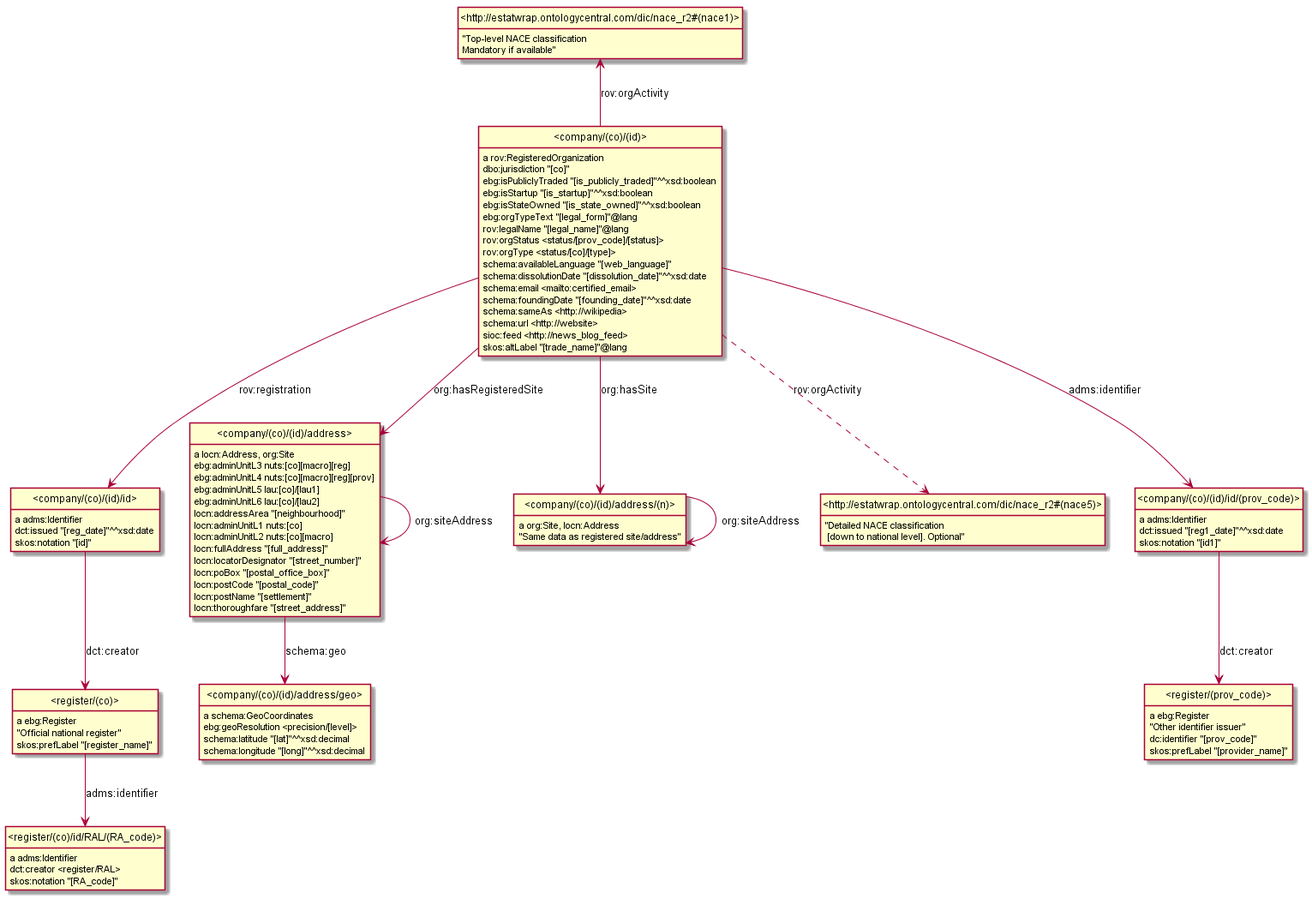
Before: model/company.png, a diagram exported from PlantUML (euBusinessGraph/eubg-data).
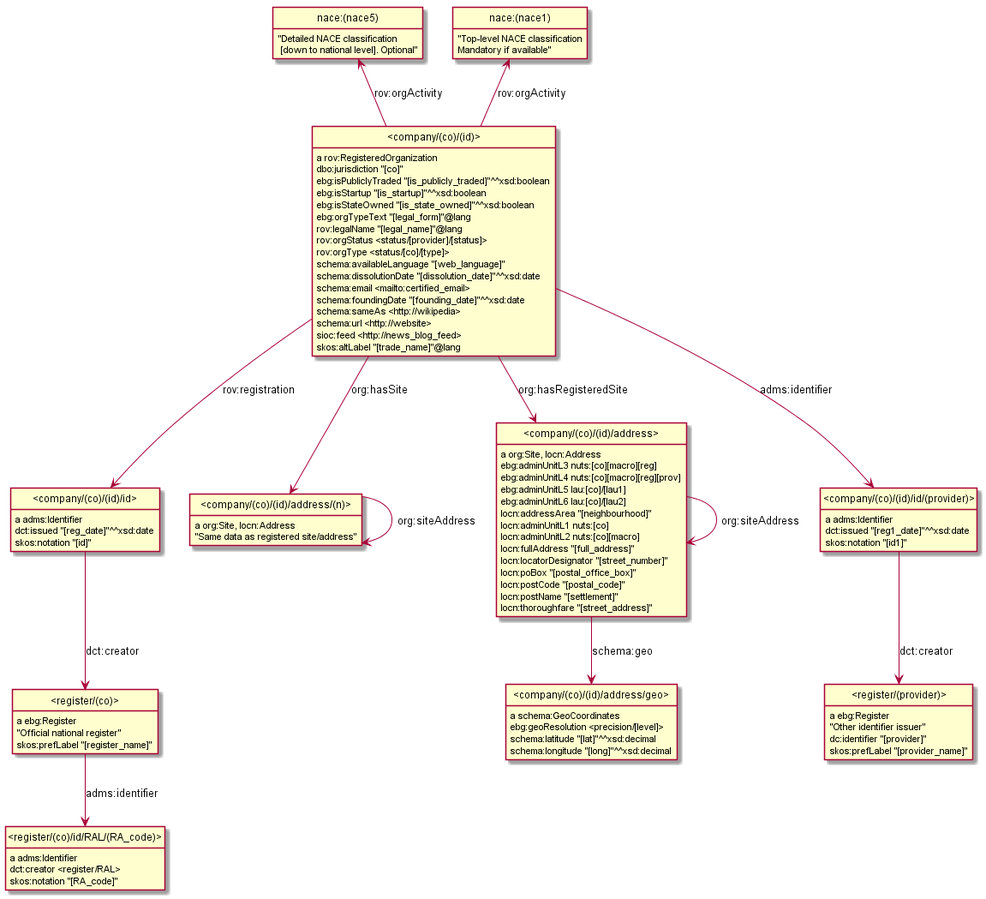
The same file after the commit.

Commit message:
Change NACE to our own namespace. First cut of ebg-ontology.ttl

Change to the diagram source:
```diff
@@ -9,19 +9,49 @@
 _company_co_id_id_ --> _register_co_ : dct:creator
 _company_co_id_id_ : dct:issued "[reg_date]"^^xsd:date
 _company_co_id_id_ : skos:notation "[id]"
-class _register_prov_code_ as "<register/(prov_code)>"
-_register_prov_code_ : a ebg:Register
-_register_prov_code_ :  "Other identifier issuer"
-_register_prov_code_ : dc:identifier "[prov_code]"
-_register_prov_code_ : skos:prefLabel "[provider_name]"
+class _company_co_id_ as "<company/(co)/(id)>"
+_company_co_id_ : a rov:RegisteredOrganization
+class nace_nace1_ as "nace:(nace1)"
+_company_co_id_ -up-> nace_nace1_ : rov:orgActivity
+class _company_co_id_address_n_ as "<company/(co)/(id)/address/(n)>"
+_company_co_id_ --> _company_co_id_address_n_ : org:hasSite
+class _company_co_id_address_ as "<company/(co)/(id)/address>"
+_company_co_id_ --> _company_co_id_address_ : org:hasRegisteredSite
+class nace_nace5_ as "nace:(nace5)"
+_company_co_id_ -up-> nace_nace5_ : rov:orgActivity
+_company_co_id_ --> _company_co_id_id_ : rov:registration
+class _company_co_id_id_provider_ as "<company/(co)/(id)/id/(provider)>"
+_company_co_id_ --> _company_co_id_id_provider_ : adms:identifier
+_company_co_id_ : dbo:jurisdiction "[co]"
+_company_co_id_ : ebg:isPubliclyTraded "[is_publicly_traded]"^^xsd:boolean
+_company_co_id_ : ebg:isStartup "[is_startup]"^^xsd:boolean
+_company_co_id_ : ebg:isStateOwned "[is_state_owned]"^^xsd:boolean
+_company_co_id_ : ebg:orgTypeText "[legal_form]"@lang
+_company_co_id_ : rov:legalName "[legal_name]"@lang
+_company_co_id_ : rov:orgStatus <status/[provider]/[status]>
+_company_co_id_ : rov:orgType <status/[co]/[type]>
+_company_co_id_ : schema:availableLanguage "[web_language]"
+_company_co_id_ : schema:dissolutionDate "[dissolution_date]"^^xsd:date
+_company_co_id_ : schema:email <mailto:certified_email>
+_company_co_id_ : schema:foundingDate "[founding_date]"^^xsd:date
+_company_co_id_ : schema:sameAs <http://wikipedia>
+_company_co_id_ : schema:url <http://website>
+_company_co_id_ : sioc:feed <http://news_blog_feed>
+_company_co_id_ : skos:altLabel "[trade_name]"@lang
+class _company_co_id_address_geo_ as "<company/(co)/(id)/address/geo>"
+_company_co_id_address_geo_ : a schema:GeoCoordinates
+_company_co_id_address_geo_ : ebg:geoResolution <precision/[level]>
+_company_co_id_address_geo_ : schema:latitude "[lat]"^^xsd:decimal
+_company_co_id_address_geo_ : schema:longitude "[long]"^^xsd:decimal
+_company_co_id_address_n_ : a org:Site, locn:Address
+_company_co_id_address_n_ --> _company_co_id_address_n_ : org:siteAddress
+_company_co_id_address_n_ :  "Same data as registered site/address"
 _register_co_ : a ebg:Register
 class _register_co_id_RAL_RA_code_ as "<register/(co)/id/RAL/(RA_code)>"
 _register_co_ --> _register_co_id_RAL_RA_code_ : adms:identifier
 _register_co_ :  "Official national register"
 _register_co_ : skos:prefLabel "[register_name]"
-class _company_co_id_address_ as "<company/(co)/(id)/address>"
-_company_co_id_address_ : a locn:Address, org:Site
-class _company_co_id_address_geo_ as "<company/(co)/(id)/address/geo>"
+_company_co_id_address_ : a org:Site, locn:Address
 _company_co_id_address_ --> _company_co_id_address_geo_ : schema:geo
 _company_co_id_address_ --> _company_co_id_address_ : org:siteAddress
 _company_co_id_address_ : ebg:adminUnitL3 nuts:[co][macro][reg]
@@ -37,48 +67,18 @@
 _company_co_id_address_ : locn:postCode "[postal_code]"
 _company_co_id_address_ : locn:postName "[settlement]"
 _company_co_id_address_ : locn:thoroughfare "[street_address]"
-class _company_co_id_ as "<company/(co)/(id)>"
-_company_co_id_ : a rov:RegisteredOrganization
-_company_co_id_ --> _company_co_id_id_ : rov:registration
-class _company_co_id_address_n_ as "<company/(co)/(id)/address/(n)>"
-_company_co_id_ --> _company_co_id_address_n_ : org:hasSite
-_company_co_id_ --> _company_co_id_address_ : org:hasRegisteredSite
-class _http_estatwrap_ontologycentral_com_dic_nace_r2_nace1_ as "<http://estatwrap.ontologycentral.com/dic/nace_r2#(nace1)>"
-_company_co_id_ -up-> _http_estatwrap_ontologycentral_com_dic_nace_r2_nace1_ : rov:orgActivity
-class _http_estatwrap_ontologycentral_com_dic_nace_r2_nace5_ as "<http://estatwrap.ontologycentral.com/dic/nace_r2#(nace5)>"
-_company_co_id_ ..> _http_estatwrap_ontologycentral_com_dic_nace_r2_nace5_ : rov:orgActivity
-class _company_co_id_id_prov_code_ as "<company/(co)/(id)/id/(prov_code)>"
-_company_co_id_ --> _company_co_id_id_prov_code_ : adms:identifier
-_company_co_id_ : dbo:jurisdiction "[co]"
-_company_co_id_ : ebg:isPubliclyTraded "[is_publicly_traded]"^^xsd:boolean
-_company_co_id_ : ebg:isStartup "[is_startup]"^^xsd:boolean
-_company_co_id_ : ebg:isStateOwned "[is_state_owned]"^^xsd:boolean
-_company_co_id_ : ebg:orgTypeText "[legal_form]"@lang
-_company_co_id_ : rov:legalName "[legal_name]"@lang
-_company_co_id_ : rov:orgStatus <status/[prov_code]/[status]>
-_company_co_id_ : rov:orgType <status/[co]/[type]>
-_company_co_id_ : schema:availableLanguage "[web_language]"
-_company_co_id_ : schema:dissolutionDate "[dissolution_date]"^^xsd:date
-_company_co_id_ : schema:email <mailto:certified_email>
-_company_co_id_ : schema:foundingDate "[founding_date]"^^xsd:date
-_company_co_id_ : schema:sameAs <http://wikipedia>
-_company_co_id_ : schema:url <http://website>
-_company_co_id_ : sioc:feed <http://news_blog_feed>
-_company_co_id_ : skos:altLabel "[trade_name]"@lang
-_company_co_id_address_n_ : a org:Site, locn:Address
-_company_co_id_address_n_ --> _company_co_id_address_n_ : org:siteAddress
-_company_co_id_address_n_ :  "Same data as registered site/address"
-_http_estatwrap_ontologycentral_com_dic_nace_r2_nace1_ :  "Top-level NACE classification\nMandatory if available"
-_http_estatwrap_ontologycentral_com_dic_nace_r2_nace5_ :  "Detailed NACE classification\n [down to national level]. Optional"
+class _register_provider_ as "<register/(provider)>"
+_register_provider_ : a ebg:Register
+_register_provider_ :  "Other identifier issuer"
+_register_provider_ : dc:identifier "[provider]"
+_register_provider_ : skos:prefLabel "[provider_name]"
+nace_nace1_ :  "Top-level NACE classification\nMandatory if available"
+nace_nace5_ :  "Detailed NACE classification\n [down to national level]. Optional"
 _register_co_id_RAL_RA_code_ : a adms:Identifier
 _register_co_id_RAL_RA_code_ : dct:creator <register/RAL>
 _register_co_id_RAL_RA_code_ : skos:notation "[RA_code]"
-_company_co_id_id_prov_code_ : a adms:Identifier
-_company_co_id_id_prov_code_ --> _register_prov_code_ : dct:creator
-_company_co_id_id_prov_code_ : dct:issued "[reg1_date]"^^xsd:date
-_company_co_id_id_prov_code_ : skos:notation "[id1]"
-_company_co_id_address_geo_ : a schema:GeoCoordinates
-_company_co_id_address_geo_ : ebg:geoResolution <precision/[level]>
-_company_co_id_address_geo_ : schema:latitude "[lat]"^^xsd:decimal
-_company_co_id_address_geo_ : schema:longitude "[long]"^^xsd:decimal
+_company_co_id_id_provider_ : a adms:Identifier
+_company_co_id_id_provider_ --> _register_provider_ : dct:creator
+_company_co_id_id_provider_ : dct:issued "[reg1_date]"^^xsd:date
+_company_co_id_id_provider_ : skos:notation "[id1]"
 @enduml
```
